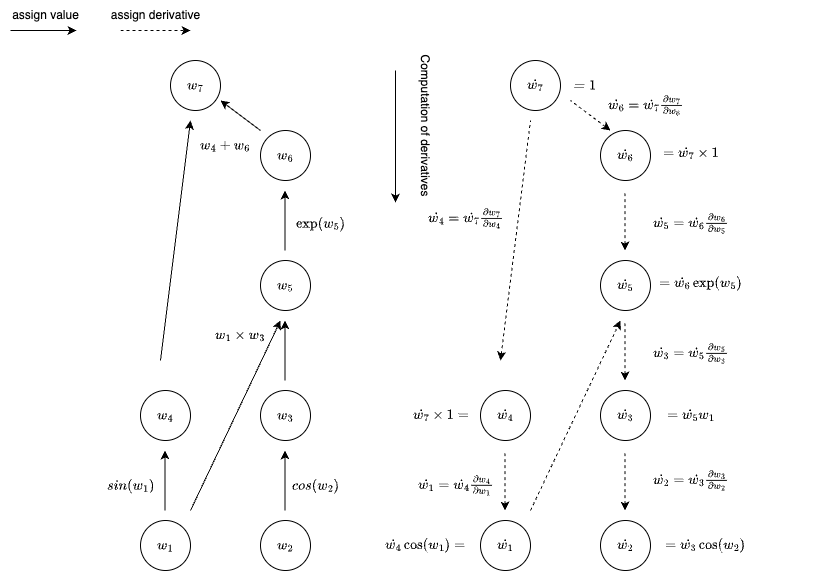
Earlier version of the draw.io export static/autodiff/reverse.png (levi0206/lerblog2). Source tidied: cells renumbered, new cells last; positions are measured from the earlier drawing's top-left corner, leaving out a move shared by most shapes.
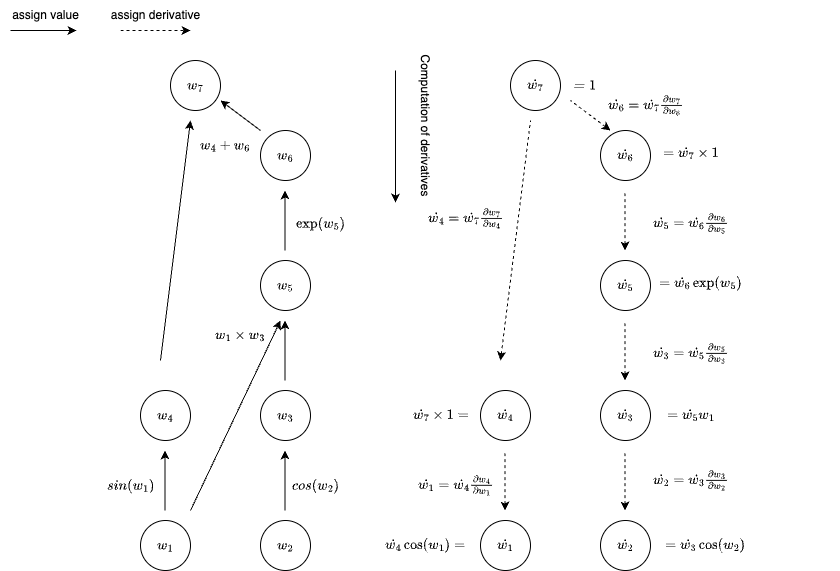
Later version of the same file.

What changed in the source:
```diff
@@ -113,12 +113,6 @@
     <mxCell id="29" value="\(\dot{w_5}\)" style="ellipse;whiteSpace=wrap;html=1;" parent="1" vertex="1">
       <mxGeometry x="600" y="260" width="50" height="50" as="geometry" />
     </mxCell>
-    <mxCell id="30" style="endArrow=classic;html=1;rounded=0;dashed=1;" parent="1" edge="1">
-      <mxGeometry relative="1" as="geometry">
-        <mxPoint x="530" y="510" as="sourcePoint" />
-        <mxPoint x="620" y="320" as="targetPoint" />
-      </mxGeometry>
-    </mxCell>
     <mxCell id="31" style="endArrow=none;html=1;rounded=0;dashed=1;startArrow=classic;startFill=1;endFill=0;" parent="1" edge="1">
       <mxGeometry relative="1" as="geometry">
         <mxPoint x="624.5" y="380" as="sourcePoint" />
```
